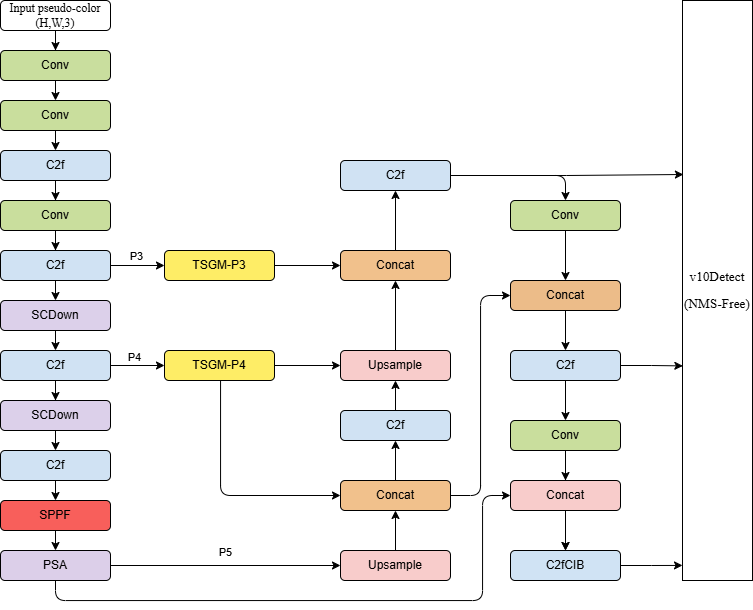
Before: 未命名绘图.drawio.png, a diagram exported from draw.io (258318/text). Source tidied: cells renumbered, new cells last; positions are measured from the earlier drawing's top-left corner, leaving out a move shared by most shapes.
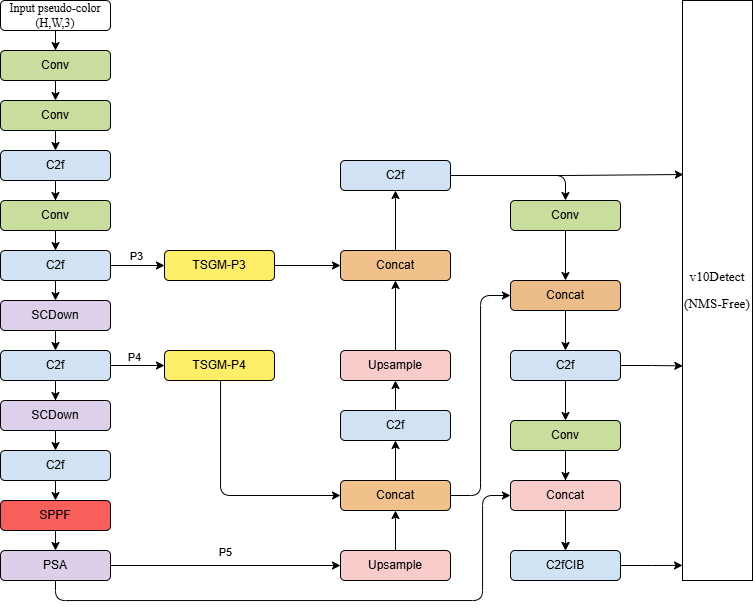
The same diagram one commit later.

Commit message:
更新未命名绘图.drawio.png

Change to the diagram source:
```diff
@@ -117,9 +117,6 @@
         </Array>
       </mxGeometry>
     </mxCell>
-    <mxCell id="35" style="edgeStyle=orthogonalEdgeStyle;rounded=0;jettySize=auto;html=1;" parent="1" edge="1" source="36" target="45">
-      <mxGeometry relative="1" as="geometry" />
-    </mxCell>
     <mxCell id="36" value="TSGM-P4" style="rounded=1;whiteSpace=wrap;html=1;strokeColor=default;align=center;verticalAlign=middle;fontFamily=Helvetica;fontSize=12;fontColor=default;fillColor=light-dark(#feed66, #ededed);" parent="1" vertex="1">
       <mxGeometry x="164" y="350" width="110" height="30" as="geometry" />
     </mxCell>
```
